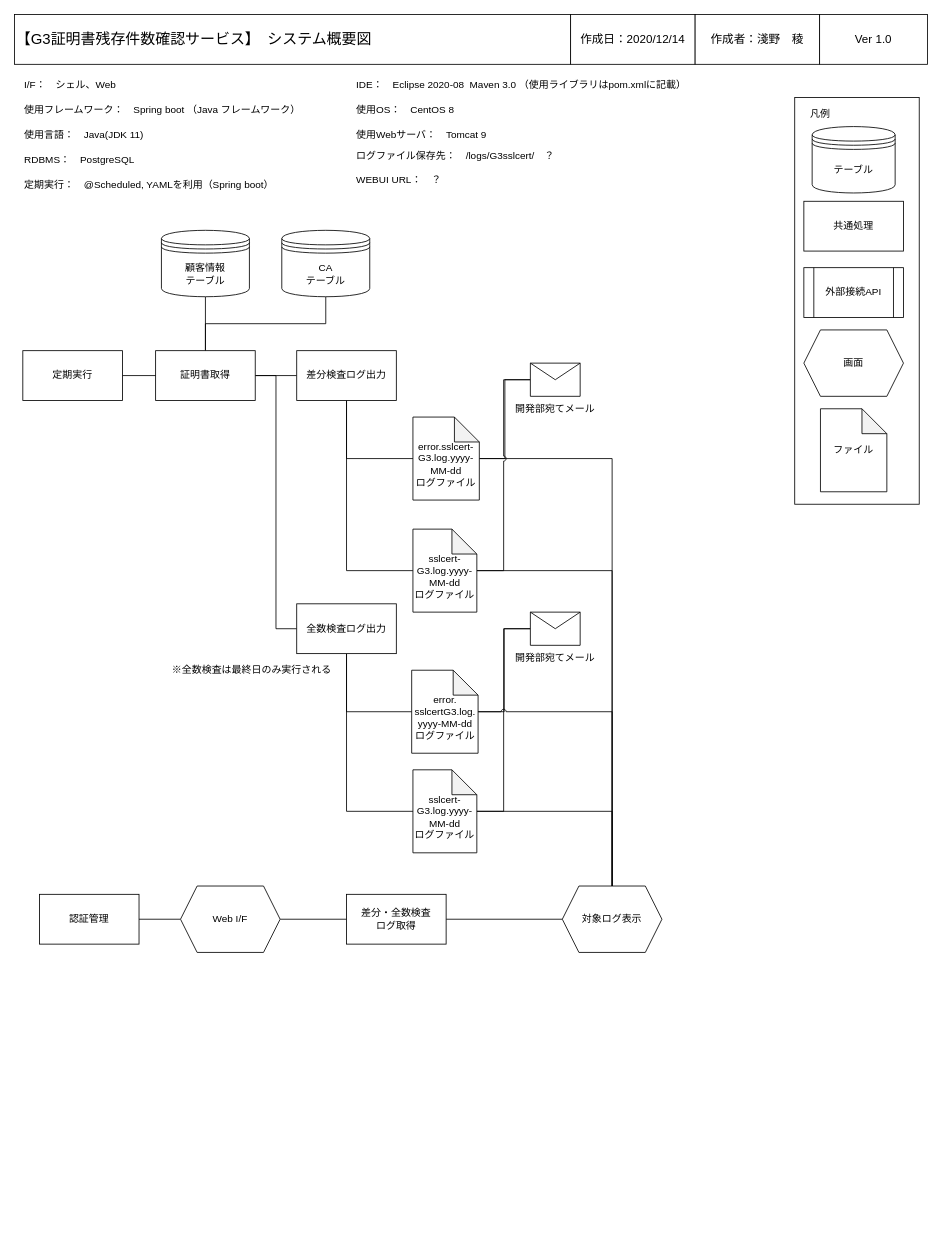
The draw.io diagram page "システム概要図" (6 of 6) of UMLDiagram.drawio in r-asano/kaihatsubuKenshu, before the edit. Source tidied: cells renumbered, new cells numbered last; positions are measured from the earlier drawing's top-left corner, leaving out a move shared by most shapes. Both pictures are drawn from the tidied source at 83%, with x=0, y=0 at pixel (14, 14).
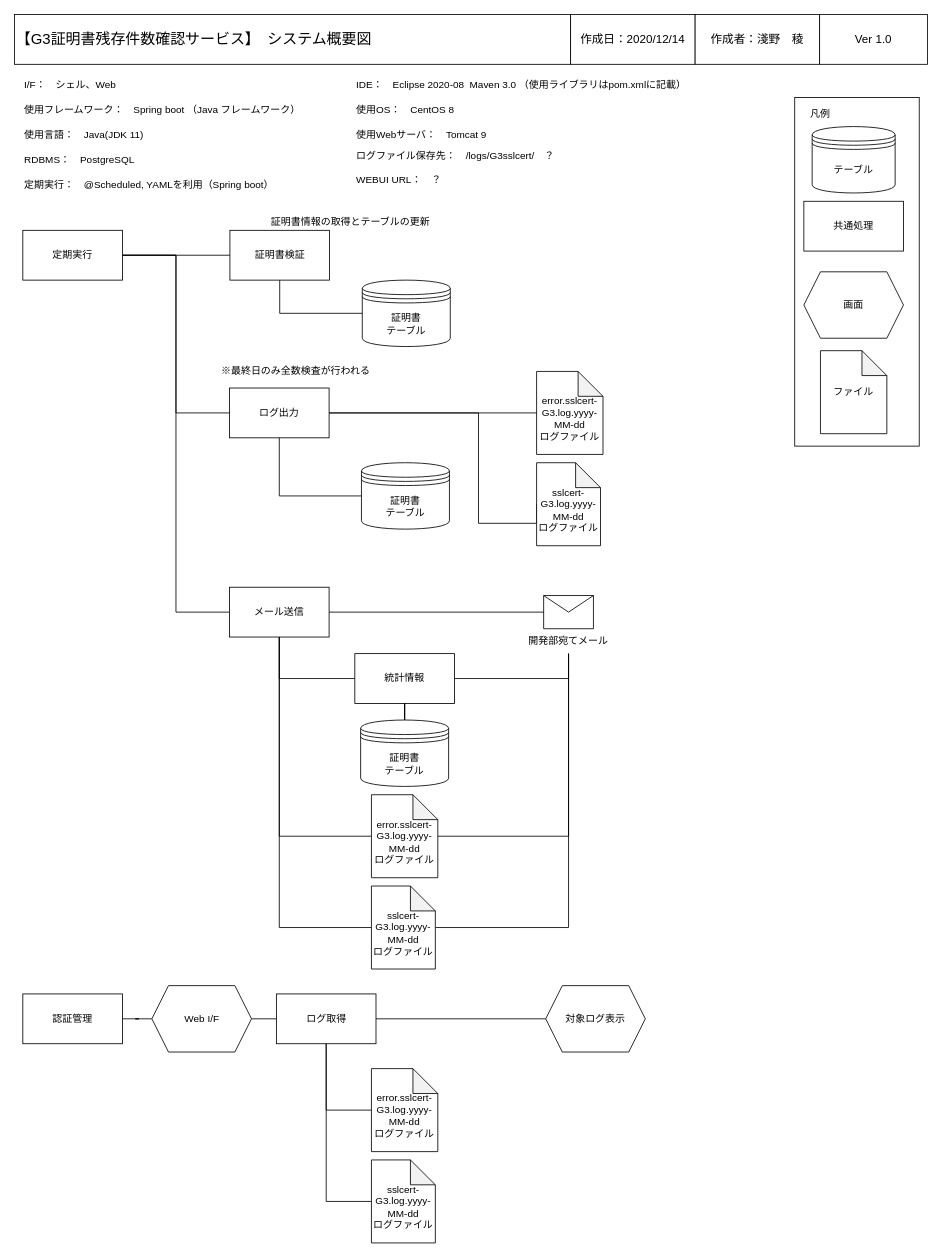
Above is the later version.

Unchanged cells that the change refers to:
```xml
<mxCell id="56" style="shape=message;html=1;whiteSpace=wrap;html=1;outlineConnect=0;" parent="55" vertex="1">
  <mxGeometry x="31.5" width="60" height="40" as="geometry" />
</mxCell>
<mxCell id="57" value="開発部宛てメール" style="text;html=1;strokeColor=none;fillColor=none;align=center;verticalAlign=middle;whiteSpace=wrap;rounded=0;" parent="55" vertex="1">
  <mxGeometry y="40" width="123" height="30" as="geometry" />
</mxCell>
```

The edit, as a diff of the source:
```diff
@@
     <mxCell id="11" value="認証管理" style="rounded=0;whiteSpace=wrap;html=1;" parent="1" vertex="1">
-      <mxGeometry x="30" y="1060" width="120" height="60" as="geometry" />
+      <mxGeometry x="10" y="1180" width="120" height="60" as="geometry" />
     </mxCell>
-    <mxCell id="12" style="edgeStyle=orthogonalEdgeStyle;rounded=0;jettySize=auto;html=1;exitX=1;exitY=0.5;exitDx=0;exitDy=0;entryX=0;entryY=0.5;entryDx=0;entryDy=0;endArrow=none;endFill=0;" parent="1" edge="1" source="16" target="34">
-      <mxGeometry relative="1" as="geometry" />
-    </mxCell>
-    <mxCell id="13" style="edgeStyle=orthogonalEdgeStyle;rounded=0;jettySize=auto;html=1;exitX=0.5;exitY=0;exitDx=0;exitDy=0;entryX=0.5;entryY=1;entryDx=0;entryDy=0;endArrow=none;endFill=0;" parent="1" edge="1" source="16" target="28">
+    <mxCell id="13" style="edgeStyle=orthogonalEdgeStyle;rounded=0;jumpStyle=arc;jettySize=auto;html=1;exitX=0.5;exitY=1;exitDx=0;exitDy=0;entryX=0;entryY=0.5;entryDx=0;entryDy=0;endArrow=none;endFill=0;" parent="1" edge="1" source="16" target="28">
       <mxGeometry relative="1" as="geometry" />
     </mxCell>
-    <mxCell id="14" style="edgeStyle=orthogonalEdgeStyle;rounded=0;jettySize=auto;html=1;exitX=0.5;exitY=0;exitDx=0;exitDy=0;endArrow=none;endFill=0;" parent="1" edge="1" source="16" target="23">
-      <mxGeometry relative="1" as="geometry" />
-    </mxCell>
-    <mxCell id="15" style="edgeStyle=orthogonalEdgeStyle;rounded=0;jettySize=auto;html=1;exitX=1;exitY=0.5;exitDx=0;exitDy=0;entryX=0;entryY=0.5;entryDx=0;entryDy=0;endArrow=none;endFill=0;" parent="1" edge="1" source="16" target="52">
-      <mxGeometry relative="1" as="geometry" />
-    </mxCell>
-    <mxCell id="16" value="証明書取得" style="rounded=0;whiteSpace=wrap;html=1;" parent="1" vertex="1">
-      <mxGeometry x="170" y="405" width="120" height="60" as="geometry" />
+    <mxCell id="16" value="証明書検証" style="rounded=0;whiteSpace=wrap;html=1;" parent="1" vertex="1">
+      <mxGeometry x="259.5" y="260" width="120" height="60" as="geometry" />
     </mxCell>
     <mxCell id="17" style="rounded=0;whiteSpace=wrap;html=1;align=left;" parent="1" vertex="1">
-      <mxGeometry x="940" y="100" width="150" height="490" as="geometry" />
+      <mxGeometry x="940" y="100" width="150" height="420" as="geometry" />
     </mxCell>
@@
-    <mxCell id="19" value="外部接続API" style="shape=process;whiteSpace=wrap;html=1;backgroundOutline=1;" parent="1" vertex="1">
-      <mxGeometry x="951" y="305" width="120" height="60" as="geometry" />
-    </mxCell>
     <mxCell id="20" value="画面" style="shape=hexagon;perimeter=hexagonPerimeter2;whiteSpace=wrap;html=1;fixedSize=1;" parent="1" vertex="1">
-      <mxGeometry x="951" y="380" width="120" height="80" as="geometry" />
+      <mxGeometry x="951" y="310" width="120" height="80" as="geometry" />
     </mxCell>
     <mxCell id="21" value="ファイル" style="shape=note;whiteSpace=wrap;html=1;backgroundOutline=1;darkOpacity=0.05;" parent="1" vertex="1">
-      <mxGeometry x="971" y="475" width="80" height="100" as="geometry" />
+      <mxGeometry x="971" y="405" width="80" height="100" as="geometry" />
     </mxCell>
@@
-    <mxCell id="23" value="CA&lt;br&gt;&lt;div&gt;テーブル&lt;/div&gt;" style="shape=datastore;whiteSpace=wrap;html=1;" parent="1" vertex="1">
-      <mxGeometry x="322" y="260" width="106" height="80" as="geometry" />
-    </mxCell>
@@
-    <mxCell id="28" value="顧客情報&lt;br&gt;&lt;div&gt;テーブル&lt;/div&gt;" style="shape=datastore;whiteSpace=wrap;html=1;" parent="1" vertex="1">
-      <mxGeometry x="177" y="260" width="106" height="80" as="geometry" />
+    <mxCell id="28" value="証明書&lt;br&gt;&lt;div&gt;テーブル&lt;/div&gt;" style="shape=datastore;whiteSpace=wrap;html=1;" parent="1" vertex="1">
+      <mxGeometry x="419" y="320" width="106" height="80" as="geometry" />
     </mxCell>
-    <mxCell id="29" style="edgeStyle=orthogonalEdgeStyle;rounded=0;jettySize=auto;html=1;entryX=0.5;entryY=0;entryDx=0;entryDy=0;endArrow=none;endFill=0;" parent="1" edge="1" source="31" target="54">
-      <mxGeometry relative="1" as="geometry" />
-    </mxCell>
-    <mxCell id="30" style="edgeStyle=orthogonalEdgeStyle;rounded=0;jettySize=auto;html=1;entryX=0;entryY=0.5;entryDx=0;entryDy=0;endArrow=none;endFill=0;" parent="1" edge="1" source="31" target="56">
-      <mxGeometry relative="1" as="geometry" />
-    </mxCell>
     <mxCell id="31" value="&lt;div&gt;&lt;br&gt;&lt;/div&gt;&lt;div&gt;error.sslcert-G3.log.yyyy-MM-dd&lt;/div&gt;&lt;div&gt;ログファイル&lt;/div&gt;" style="shape=note;whiteSpace=wrap;html=1;backgroundOutline=1;darkOpacity=0.05;" parent="1" vertex="1">
-      <mxGeometry x="480" y="485" width="80" height="100" as="geometry" />
+      <mxGeometry x="629" y="430" width="80" height="100" as="geometry" />
     </mxCell>
-    <mxCell id="32" style="edgeStyle=orthogonalEdgeStyle;rounded=0;jettySize=auto;html=1;exitX=0.5;exitY=1;exitDx=0;exitDy=0;entryX=0;entryY=0.5;entryDx=0;entryDy=0;entryPerimeter=0;endArrow=none;endFill=0;" parent="1" edge="1" source="34" target="31">
+    <mxCell id="32" style="edgeStyle=orthogonalEdgeStyle;rounded=0;jumpStyle=arc;jettySize=auto;html=1;exitX=1;exitY=0.5;exitDx=0;exitDy=0;entryX=0;entryY=0.5;entryDx=0;entryDy=0;entryPerimeter=0;endArrow=none;endFill=0;" parent="1" edge="1" source="34" target="31">
       <mxGeometry relative="1" as="geometry" />
     </mxCell>
-    <mxCell id="33" style="edgeStyle=orthogonalEdgeStyle;rounded=0;jettySize=auto;html=1;exitX=0.5;exitY=1;exitDx=0;exitDy=0;entryX=0;entryY=0.5;entryDx=0;entryDy=0;entryPerimeter=0;endArrow=none;endFill=0;" parent="1" edge="1" source="34" target="37">
-      <mxGeometry relative="1" as="geometry" />
+    <mxCell id="33" style="edgeStyle=orthogonalEdgeStyle;rounded=0;jumpStyle=arc;jettySize=auto;html=1;exitX=1;exitY=0.5;exitDx=0;exitDy=0;entryX=0;entryY=0.5;entryDx=0;entryDy=0;entryPerimeter=0;endArrow=none;endFill=0;" parent="1" edge="1" source="34" target="37">
+      <mxGeometry relative="1" as="geometry">
+        <Array as="points">
+          <mxPoint x="559" y="480" />
+          <mxPoint x="559" y="613" />
+        </Array>
+      </mxGeometry>
     </mxCell>
-    <mxCell id="34" value="差分検査ログ出力" style="rounded=0;whiteSpace=wrap;html=1;" parent="1" vertex="1">
-      <mxGeometry x="340" y="405" width="120" height="60" as="geometry" />
+    <mxCell id="34" value="ログ出力" style="rounded=0;whiteSpace=wrap;html=1;" parent="1" vertex="1">
+      <mxGeometry x="259" y="450" width="120" height="60" as="geometry" />
     </mxCell>
-    <mxCell id="35" style="edgeStyle=orthogonalEdgeStyle;rounded=0;jettySize=auto;html=1;endArrow=none;endFill=0;" parent="1" edge="1" source="37" target="54">
-      <mxGeometry relative="1" as="geometry" />
-    </mxCell>
-    <mxCell id="36" style="edgeStyle=orthogonalEdgeStyle;rounded=0;jumpStyle=arc;jettySize=auto;html=1;entryX=0;entryY=0.5;entryDx=0;entryDy=0;endArrow=none;endFill=0;" parent="1" edge="1" source="37" target="56">
-      <mxGeometry relative="1" as="geometry" />
-    </mxCell>
     <mxCell id="37" value="&lt;div&gt;&lt;br&gt;&lt;/div&gt;&lt;div&gt;sslcert-G3.log.yyyy-MM-dd&lt;/div&gt;&lt;div&gt;ログファイル&lt;/div&gt;" style="shape=note;whiteSpace=wrap;html=1;backgroundOutline=1;darkOpacity=0.05;" parent="1" vertex="1">
-      <mxGeometry x="480" y="620" width="77" height="100" as="geometry" />
+      <mxGeometry x="629" y="540" width="77" height="100" as="geometry" />
     </mxCell>
@@
+    <mxCell id="64" style="edgeStyle=orthogonalEdgeStyle;rounded=0;jumpStyle=arc;jettySize=auto;html=1;exitX=1;exitY=0.5;exitDx=0;exitDy=0;entryX=0;entryY=0.5;entryDx=0;entryDy=0;endArrow=none;endFill=0;" parent="1" edge="1" source="39" target="34">
+      <mxGeometry relative="1" as="geometry" />
+    </mxCell>
+    <mxCell id="65" style="edgeStyle=orthogonalEdgeStyle;rounded=0;jumpStyle=arc;jettySize=auto;html=1;entryX=0;entryY=0.5;entryDx=0;entryDy=0;endArrow=none;endFill=0;" parent="1" edge="1" source="39" target="70">
+      <mxGeometry relative="1" as="geometry" />
+    </mxCell>
     <mxCell id="39" value="定期実行" style="rounded=0;whiteSpace=wrap;html=1;" parent="1" vertex="1">
-      <mxGeometry x="10" y="405" width="120" height="60" as="geometry" />
+      <mxGeometry x="10" y="260" width="120" height="60" as="geometry" />
     </mxCell>
@@
     <mxCell id="41" value="Web I/F" style="shape=hexagon;perimeter=hexagonPerimeter2;whiteSpace=wrap;html=1;fixedSize=1;" parent="1" vertex="1">
-      <mxGeometry x="200" y="1050" width="120" height="80" as="geometry" />
+      <mxGeometry x="165.5" y="1170" width="120" height="80" as="geometry" />
     </mxCell>
@@
-    <mxCell id="43" value="&lt;div&gt;差分・全数検査&lt;/div&gt;&lt;div&gt;ログ取得&lt;/div&gt;" style="rounded=0;whiteSpace=wrap;html=1;" parent="1" vertex="1">
-      <mxGeometry x="400" y="1060" width="120" height="60" as="geometry" />
+    <mxCell id="43" value="&lt;div&gt;ログ取得&lt;/div&gt;" style="rounded=0;whiteSpace=wrap;html=1;" parent="1" vertex="1">
+      <mxGeometry x="315.5" y="1180" width="120" height="60" as="geometry" />
     </mxCell>
-    <mxCell id="44" style="edgeStyle=orthogonalEdgeStyle;rounded=0;jumpStyle=arc;jettySize=auto;html=1;entryX=0.5;entryY=0;entryDx=0;entryDy=0;endArrow=none;endFill=0;" parent="1" edge="1" source="46" target="54">
-      <mxGeometry relative="1" as="geometry" />
-    </mxCell>
-    <mxCell id="45" style="edgeStyle=orthogonalEdgeStyle;rounded=0;jumpStyle=arc;jettySize=auto;html=1;entryX=0;entryY=0.5;entryDx=0;entryDy=0;endArrow=none;endFill=0;" parent="1" edge="1" source="46" target="59">
-      <mxGeometry relative="1" as="geometry" />
-    </mxCell>
-    <mxCell id="46" value="&lt;div&gt;&lt;br&gt;&lt;/div&gt;&lt;div&gt;sslcert-G3.log.yyyy-MM-dd&lt;/div&gt;&lt;div&gt;ログファイル&lt;/div&gt;" style="shape=note;whiteSpace=wrap;html=1;backgroundOutline=1;darkOpacity=0.05;" parent="1" vertex="1">
-      <mxGeometry x="480" y="910" width="77" height="100" as="geometry" />
-    </mxCell>
-    <mxCell id="47" style="edgeStyle=orthogonalEdgeStyle;rounded=0;jumpStyle=arc;jettySize=auto;html=1;entryX=0.5;entryY=0;entryDx=0;entryDy=0;endArrow=none;endFill=0;" parent="1" edge="1" source="49" target="54">
-      <mxGeometry relative="1" as="geometry" />
-    </mxCell>
-    <mxCell id="48" style="edgeStyle=orthogonalEdgeStyle;rounded=0;jumpStyle=arc;jettySize=auto;html=1;entryX=0;entryY=0.5;entryDx=0;entryDy=0;endArrow=none;endFill=0;" parent="1" edge="1" source="49" target="59">
-      <mxGeometry relative="1" as="geometry" />
-    </mxCell>
-    <mxCell id="49" value="&lt;div&gt;&lt;br&gt;&lt;/div&gt;&lt;div&gt;error.&lt;/div&gt;&lt;div&gt;sslcertG3.log.&lt;/div&gt;&lt;div&gt;yyyy-MM-dd&lt;/div&gt;&lt;div&gt;ログファイル&lt;/div&gt;" style="shape=note;whiteSpace=wrap;html=1;backgroundOutline=1;darkOpacity=0.05;" parent="1" vertex="1">
-      <mxGeometry x="478.5" y="790" width="80" height="100" as="geometry" />
-    </mxCell>
-    <mxCell id="50" style="edgeStyle=orthogonalEdgeStyle;rounded=0;jettySize=auto;html=1;exitX=0.5;exitY=1;exitDx=0;exitDy=0;entryX=0;entryY=0.5;entryDx=0;entryDy=0;entryPerimeter=0;endArrow=none;endFill=0;" parent="1" edge="1" source="52" target="49">
-      <mxGeometry relative="1" as="geometry" />
-    </mxCell>
-    <mxCell id="51" style="edgeStyle=orthogonalEdgeStyle;rounded=0;jettySize=auto;html=1;exitX=0.5;exitY=1;exitDx=0;exitDy=0;entryX=0;entryY=0.5;entryDx=0;entryDy=0;entryPerimeter=0;endArrow=none;endFill=0;" parent="1" edge="1" source="52" target="46">
-      <mxGeometry relative="1" as="geometry" />
-    </mxCell>
-    <mxCell id="52" value="全数検査ログ出力" style="rounded=0;whiteSpace=wrap;html=1;" parent="1" vertex="1">
-      <mxGeometry x="340" y="710" width="120" height="60" as="geometry" />
-    </mxCell>
-    <mxCell id="53" value="※全数検査は最終日のみ実行される" style="text;html=1;strokeColor=none;fillColor=none;align=center;verticalAlign=middle;whiteSpace=wrap;rounded=0;" parent="1" vertex="1">
-      <mxGeometry x="186" y="780" width="200" height="20" as="geometry" />
+    <mxCell id="53" value="※最終日のみ全数検査が行われる" style="text;html=1;strokeColor=none;fillColor=none;align=center;verticalAlign=middle;whiteSpace=wrap;rounded=0;" parent="1" vertex="1">
+      <mxGeometry x="239" y="420" width="200" height="20" as="geometry" />
     </mxCell>
     <mxCell id="54" value="対象ログ表示" style="shape=hexagon;perimeter=hexagonPerimeter2;whiteSpace=wrap;html=1;fixedSize=1;" parent="1" vertex="1">
-      <mxGeometry x="660" y="1050" width="120" height="80" as="geometry" />
+      <mxGeometry x="640" y="1170" width="120" height="80" as="geometry" />
     </mxCell>
     <mxCell id="55" style="group;" parent="1" vertex="1">
-      <mxGeometry x="590" y="420" width="123" height="70" as="geometry" />
+      <mxGeometry x="606" y="700" width="123" height="70" as="geometry" />
     </mxCell>
@@
-    <mxCell id="58" style="group;" parent="1" vertex="1">
-      <mxGeometry x="590" y="720" width="123" height="70" as="geometry" />
-    </mxCell>
-    <mxCell id="59" style="shape=message;html=1;whiteSpace=wrap;html=1;outlineConnect=0;" parent="58" vertex="1">
-      <mxGeometry x="31.5" width="60" height="40" as="geometry" />
-    </mxCell>
-    <mxCell id="60" value="開発部宛てメール" style="text;html=1;strokeColor=none;fillColor=none;align=center;verticalAlign=middle;whiteSpace=wrap;rounded=0;" parent="58" vertex="1">
-      <mxGeometry y="40" width="123" height="30" as="geometry" />
-    </mxCell>
@@
+    <mxCell id="66" style="edgeStyle=orthogonalEdgeStyle;rounded=0;jumpStyle=arc;jettySize=auto;html=1;exitX=1;exitY=0.5;exitDx=0;exitDy=0;endArrow=none;endFill=0;" parent="1" edge="1" source="70" target="56">
+      <mxGeometry relative="1" as="geometry" />
+    </mxCell>
+    <mxCell id="67" style="edgeStyle=orthogonalEdgeStyle;rounded=0;jumpStyle=arc;jettySize=auto;html=1;exitX=0.5;exitY=1;exitDx=0;exitDy=0;entryX=0;entryY=0.5;entryDx=0;entryDy=0;endArrow=none;endFill=0;" parent="1" edge="1" source="70" target="72">
+      <mxGeometry relative="1" as="geometry" />
+    </mxCell>
+    <mxCell id="68" style="edgeStyle=orthogonalEdgeStyle;rounded=0;jumpStyle=arc;jettySize=auto;html=1;exitX=0.5;exitY=1;exitDx=0;exitDy=0;entryX=0;entryY=0.5;entryDx=0;entryDy=0;entryPerimeter=0;endArrow=none;endFill=0;" parent="1" edge="1" source="70" target="80">
+      <mxGeometry relative="1" as="geometry" />
+    </mxCell>
+    <mxCell id="69" style="edgeStyle=orthogonalEdgeStyle;rounded=0;jumpStyle=arc;jettySize=auto;html=1;exitX=0.5;exitY=1;exitDx=0;exitDy=0;entryX=0;entryY=0.5;entryDx=0;entryDy=0;entryPerimeter=0;endArrow=none;endFill=0;" parent="1" edge="1" source="70" target="78">
+      <mxGeometry relative="1" as="geometry" />
+    </mxCell>
+    <mxCell id="70" value="メール送信" style="rounded=0;whiteSpace=wrap;html=1;shadow=0;strokeColor=#000000;" parent="1" vertex="1">
+      <mxGeometry x="259" y="690" width="120" height="60" as="geometry" />
+    </mxCell>
+    <mxCell id="71" style="edgeStyle=orthogonalEdgeStyle;rounded=0;jumpStyle=arc;jettySize=auto;html=1;entryX=0.5;entryY=1;entryDx=0;entryDy=0;endArrow=none;endFill=0;" parent="1" edge="1" source="72" target="57">
+      <mxGeometry relative="1" as="geometry" />
+    </mxCell>
+    <mxCell id="72" value="統計情報" style="rounded=0;whiteSpace=wrap;html=1;shadow=0;strokeColor=#000000;" parent="1" vertex="1">
+      <mxGeometry x="410" y="770" width="120" height="60" as="geometry" />
+    </mxCell>
+    <mxCell id="73" style="edgeStyle=orthogonalEdgeStyle;rounded=0;jumpStyle=arc;jettySize=auto;html=1;entryX=0.5;entryY=1;entryDx=0;entryDy=0;endArrow=none;endFill=0;" parent="1" edge="1" source="74" target="34">
+      <mxGeometry relative="1" as="geometry" />
+    </mxCell>
+    <mxCell id="74" value="証明書&lt;br&gt;&lt;div&gt;テーブル&lt;/div&gt;" style="shape=datastore;whiteSpace=wrap;html=1;" parent="1" vertex="1">
+      <mxGeometry x="418" y="540" width="106" height="80" as="geometry" />
+    </mxCell>
+    <mxCell id="75" style="edgeStyle=orthogonalEdgeStyle;rounded=0;jumpStyle=arc;jettySize=auto;html=1;entryX=0.5;entryY=1;entryDx=0;entryDy=0;endArrow=none;endFill=0;" parent="1" edge="1" source="76" target="72">
+      <mxGeometry relative="1" as="geometry" />
+    </mxCell>
+    <mxCell id="76" value="証明書&lt;br&gt;&lt;div&gt;テーブル&lt;/div&gt;" style="shape=datastore;whiteSpace=wrap;html=1;" parent="1" vertex="1">
+      <mxGeometry x="417" y="850" width="106" height="80" as="geometry" />
+    </mxCell>
+    <mxCell id="77" style="edgeStyle=orthogonalEdgeStyle;rounded=0;jumpStyle=arc;jettySize=auto;html=1;entryX=0.5;entryY=1;entryDx=0;entryDy=0;endArrow=none;endFill=0;" parent="1" edge="1" source="78" target="57">
+      <mxGeometry relative="1" as="geometry" />
+    </mxCell>
+    <mxCell id="78" value="&lt;div&gt;&lt;br&gt;&lt;/div&gt;&lt;div&gt;error.sslcert-G3.log.yyyy-MM-dd&lt;/div&gt;&lt;div&gt;ログファイル&lt;/div&gt;" style="shape=note;whiteSpace=wrap;html=1;backgroundOutline=1;darkOpacity=0.05;" parent="1" vertex="1">
+      <mxGeometry x="430" y="940" width="80" height="100" as="geometry" />
+    </mxCell>
+    <mxCell id="79" style="edgeStyle=orthogonalEdgeStyle;rounded=0;jumpStyle=arc;jettySize=auto;html=1;endArrow=none;endFill=0;" parent="1" edge="1" source="80" target="57">
+      <mxGeometry relative="1" as="geometry" />
+    </mxCell>
+    <mxCell id="80" value="&lt;div&gt;&lt;br&gt;&lt;/div&gt;&lt;div&gt;sslcert-G3.log.yyyy-MM-dd&lt;/div&gt;&lt;div&gt;ログファイル&lt;/div&gt;" style="shape=note;whiteSpace=wrap;html=1;backgroundOutline=1;darkOpacity=0.05;" parent="1" vertex="1">
+      <mxGeometry x="430" y="1050" width="77" height="100" as="geometry" />
+    </mxCell>
+    <mxCell id="81" value="証明書情報の取得とテーブルの更新" style="text;html=1;strokeColor=none;fillColor=none;align=center;verticalAlign=middle;whiteSpace=wrap;rounded=0;shadow=0;" parent="1" vertex="1">
+      <mxGeometry x="300" y="240" width="210" height="20" as="geometry" />
+    </mxCell>
+    <mxCell id="82" style="edgeStyle=orthogonalEdgeStyle;rounded=0;jumpStyle=arc;jettySize=auto;html=1;exitX=0;exitY=0.5;exitDx=0;exitDy=0;exitPerimeter=0;endArrow=none;endFill=0;" parent="1" edge="1" source="83" target="43">
+      <mxGeometry relative="1" as="geometry" />
+    </mxCell>
+    <mxCell id="83" value="&lt;div&gt;&lt;br&gt;&lt;/div&gt;&lt;div&gt;error.sslcert-G3.log.yyyy-MM-dd&lt;/div&gt;&lt;div&gt;ログファイル&lt;/div&gt;" style="shape=note;whiteSpace=wrap;html=1;backgroundOutline=1;darkOpacity=0.05;" parent="1" vertex="1">
+      <mxGeometry x="430" y="1270" width="80" height="100" as="geometry" />
+    </mxCell>
+    <mxCell id="84" style="edgeStyle=orthogonalEdgeStyle;rounded=0;jumpStyle=arc;jettySize=auto;html=1;exitX=0;exitY=0.5;exitDx=0;exitDy=0;exitPerimeter=0;entryX=0.5;entryY=1;entryDx=0;entryDy=0;endArrow=none;endFill=0;" parent="1" edge="1" source="85" target="43">
+      <mxGeometry relative="1" as="geometry" />
+    </mxCell>
+    <mxCell id="85" value="&lt;div&gt;&lt;br&gt;&lt;/div&gt;&lt;div&gt;sslcert-G3.log.yyyy-MM-dd&lt;/div&gt;&lt;div&gt;ログファイル&lt;/div&gt;" style="shape=note;whiteSpace=wrap;html=1;backgroundOutline=1;darkOpacity=0.05;" parent="1" vertex="1">
+      <mxGeometry x="430" y="1380" width="77" height="100" as="geometry" />
+    </mxCell>
```
